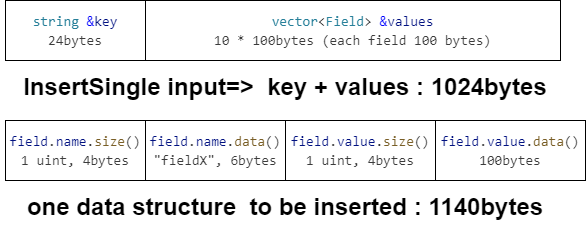
Before: source/_posts/YCSB测试记录/data.drawio.png, a diagram exported from draw.io (bystreamzhang/bystreamzhang.github.io). Source tidied: cells renumbered, new cells last; positions are measured from the earlier drawing's top-left corner, leaving out a move shared by most shapes.
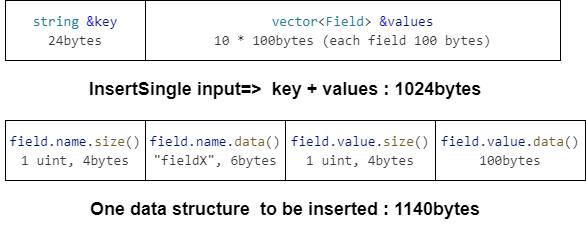
After the commit.

The edit, as a diff of the source:
```diff
@@ -17,13 +17,13 @@
     <mxCell id="6" value="&lt;h1 style=&quot;margin-top: 0px;&quot;&gt;&lt;br&gt;&lt;/h1&gt;" style="text;html=1;whiteSpace=wrap;overflow=hidden;rounded=0;" parent="1" vertex="1">
       <mxGeometry x="25" y="180" width="520" height="40" as="geometry" />
     </mxCell>
-    <mxCell id="7" value="&lt;h1 style=&quot;scrollbar-color: light-dark(#e2e2e2, #4b4b4b)&lt;br/&gt;&#9;&#9;&#9;&#9;&#9;light-dark(#fbfbfb, var(--dark-panel-color)); text-align: left; margin-top: 0px;&quot;&gt;one data structure&amp;nbsp; to be inserted : 1140bytes&lt;/h1&gt;" style="text;html=1;align=center;verticalAlign=middle;whiteSpace=wrap;rounded=0;" parent="1" vertex="1">
+    <mxCell id="7" value="&lt;h1 style=&quot;scrollbar-color: light-dark(#e2e2e2, #4b4b4b)&lt;br/&gt;&#9;&#9;&#9;&#9;&#9;light-dark(#fbfbfb, var(--dark-panel-color)); text-align: left; margin-top: 0px;&quot;&gt;&lt;font style=&quot;font-size: 18px;&quot;&gt;One data structure&amp;nbsp; to be inserted : 1140bytes&lt;/font&gt;&lt;/h1&gt;" style="text;html=1;align=center;verticalAlign=middle;whiteSpace=wrap;rounded=0;" parent="1" vertex="1">
       <mxGeometry y="200" width="570" height="30" as="geometry" />
     </mxCell>
     <mxCell id="8" value="&lt;div style=&quot;background-color: rgb(255, 255, 255); font-family: Consolas, &amp;quot;Courier New&amp;quot;, monospace; font-size: 14px; line-height: 19px; white-space: pre; color: rgb(59, 59, 59);&quot;&gt;&lt;font color=&quot;#001080&quot;&gt;&lt;span style=&quot;color: rgb(38, 127, 153);&quot;&gt;string&lt;/span&gt;&lt;span style=&quot;color: rgb(59, 59, 59);&quot;&gt; &lt;/span&gt;&lt;span style=&quot;color: rgb(0, 0, 255);&quot;&gt;&amp;amp;&lt;/span&gt;key&lt;/font&gt;&lt;/div&gt;&lt;div style=&quot;color: rgb(59, 59, 59); background-color: rgb(255, 255, 255); font-family: Consolas, &amp;quot;Courier New&amp;quot;, monospace; font-size: 14px; line-height: 19px; white-space: pre;&quot;&gt;&lt;span style=&quot;color: rgb(59, 59, 59);&quot;&gt;24bytes&lt;/span&gt;&lt;/div&gt;" style="rounded=0;whiteSpace=wrap;html=1;" parent="1" vertex="1">
       <mxGeometry x="5" width="140" height="60" as="geometry" />
     </mxCell>
-    <mxCell id="9" value="&lt;h1 style=&quot;scrollbar-color: light-dark(#e2e2e2, #4b4b4b)&lt;br/&gt;&#9;&#9;&#9;&#9;&#9;light-dark(#fbfbfb, var(--dark-panel-color)); text-align: left; margin-top: 0px;&quot;&gt;InsertSingle input=&amp;gt;&amp;nbsp; key + values : 1024bytes&lt;/h1&gt;" style="text;html=1;align=center;verticalAlign=middle;whiteSpace=wrap;rounded=0;" parent="1" vertex="1">
+    <mxCell id="9" value="&lt;h1 style=&quot;scrollbar-color: light-dark(#e2e2e2, #4b4b4b)&lt;br/&gt;&#9;&#9;&#9;&#9;&#9;light-dark(#fbfbfb, var(--dark-panel-color)); text-align: left; margin-top: 0px;&quot;&gt;&lt;font style=&quot;font-size: 18px;&quot;&gt;InsertSingle input=&amp;gt;&amp;nbsp; key + values : 1024bytes&lt;/font&gt;&lt;/h1&gt;" style="text;html=1;align=center;verticalAlign=middle;whiteSpace=wrap;rounded=0;" parent="1" vertex="1">
       <mxGeometry y="80" width="570" height="30" as="geometry" />
     </mxCell>
     <mxCell id="10" value="&lt;div style=&quot;color: rgb(59, 59, 59); background-color: rgb(255, 255, 255); font-family: Consolas, &amp;quot;Courier New&amp;quot;, monospace; font-size: 14px; line-height: 19px; white-space: pre;&quot;&gt;&lt;div style=&quot;color: rgb(59, 59, 59); line-height: 19px;&quot;&gt;&lt;div style=&quot;color: rgb(59, 59, 59); line-height: 19px;&quot;&gt;&lt;div style=&quot;color: rgb(59, 59, 59); line-height: 19px;&quot;&gt;&lt;div style=&quot;color: rgb(59, 59, 59); line-height: 19px;&quot;&gt;&lt;span style=&quot;color: rgb(38, 127, 153);&quot;&gt;vector&lt;/span&gt;&lt;span style=&quot;color: rgb(59, 59, 59);&quot;&gt;&amp;lt;&lt;/span&gt;&lt;span style=&quot;color: rgb(38, 127, 153);&quot;&gt;Field&lt;/span&gt;&lt;span style=&quot;color: rgb(59, 59, 59);&quot;&gt;&amp;gt; &lt;/span&gt;&lt;span style=&quot;color: rgb(0, 0, 255);&quot;&gt;&amp;amp;&lt;/span&gt;&lt;span style=&quot;color: rgb(0, 16, 128);&quot;&gt;values&lt;/span&gt;&lt;/div&gt;&lt;/div&gt;&lt;/div&gt;&lt;/div&gt;&lt;/div&gt;&lt;div style=&quot;color: rgb(59, 59, 59); background-color: rgb(255, 255, 255); font-family: Consolas, &amp;quot;Courier New&amp;quot;, monospace; font-size: 14px; line-height: 19px; white-space: pre;&quot;&gt;&lt;span style=&quot;color: rgb(59, 59, 59);&quot;&gt;10 * 100bytes (each field 100 bytes)&lt;/span&gt;&lt;/div&gt;" style="rounded=0;whiteSpace=wrap;html=1;" parent="1" vertex="1">
```
